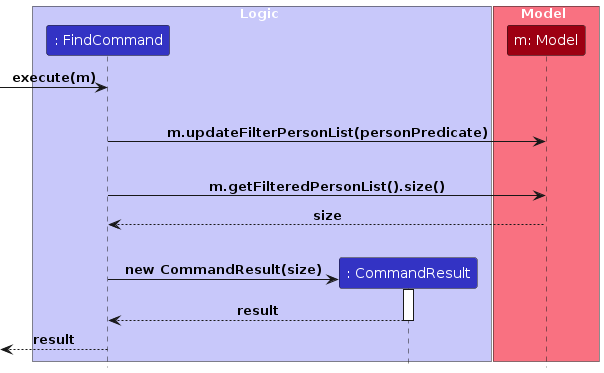
The PlantUML diagram diagrams/find-feature/ExecuteFindCommandSequenceDiagram.png in TehOPanas/tP, before a commit. Its source is kept beside it as diagrams/find-feature/ExecuteFindCommandSequenceDiagram.puml.
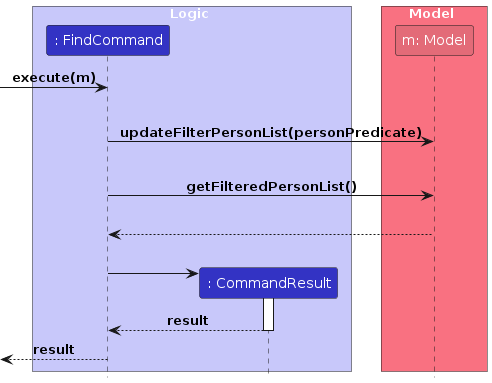
The same diagram one commit later.

Diff of the diagram source:
```diff
@@ -12,13 +12,14 @@
 
 [-> command : execute(m)
 |||
-command -> model : m.updateFilterPersonList(personPredicate)
+command -> model : updateFilterPersonList(personPredicate)
 |||
-command -> model : m.getFilteredPersonList().size()
-return size
+command -> model : getFilteredPersonList()
+|||
+return
 |||
 create result
-command -> result : new CommandResult(size)
+command -> result
 activate result
 return result
 
```
